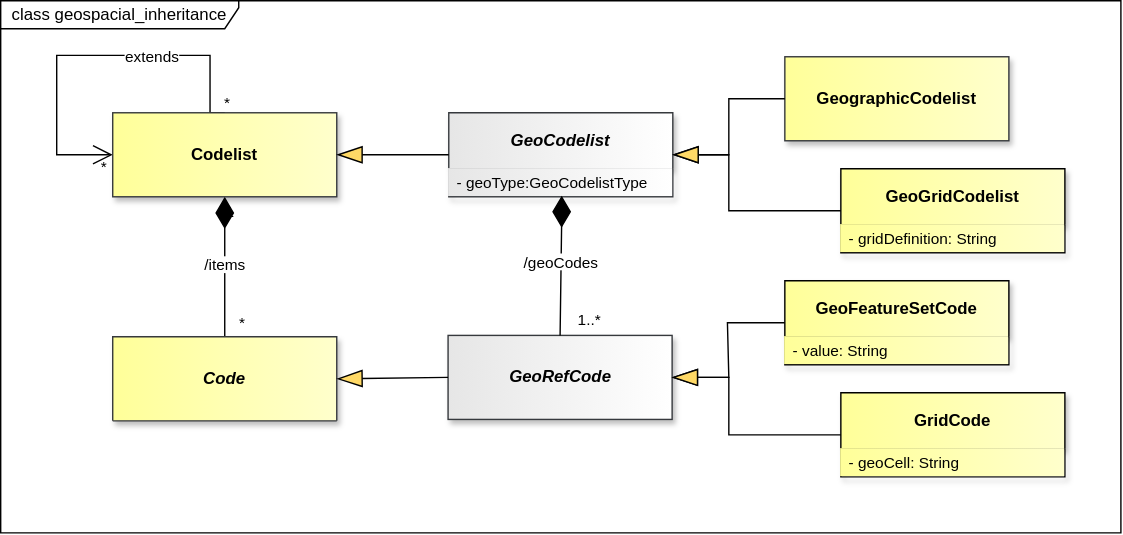
Above: docs/information_model/media/sdmx_geospatial-geospatial_inheritance.svg in sdmx-twg/sdmx-im (draw.io), before the change. Source tidied: cells renumbered, new cells last; positions are measured from the earlier drawing's top-left corner, leaving out a move shared by most shapes.
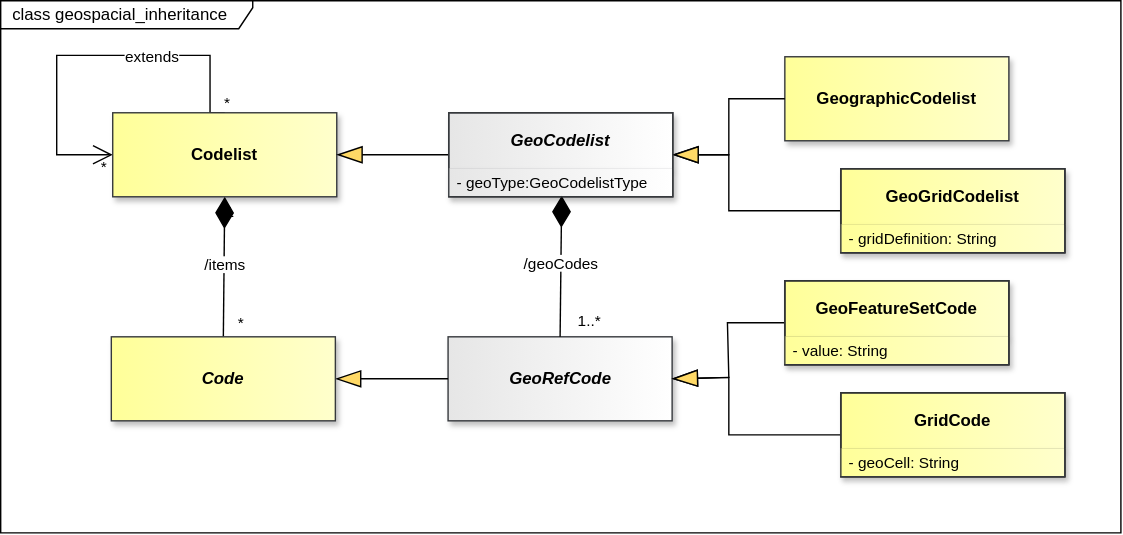
After the commit.

Diff of the diagram source:
```diff
@@ -17,11 +17,11 @@
     <mxCell id="6" style="endArrow=none;" parent="1" edge="1">
       <mxGeometry relative="1" as="geometry" />
     </mxCell>
-    <mxCell id="7" value="class geospacial_inheritance" style="shape=umlFrame;whiteSpace=wrap;html=1;fillColor=light-dark(#FFFFFF,#121212);swimlaneFillColor=light-dark(#FFFFFF,#121212);width=170;height=20;" parent="1" vertex="1">
+    <mxCell id="7" value="&amp;nbsp; class geospacial_inheritance" style="shape=umlFrame;whiteSpace=wrap;html=1;fillColor=light-dark(#FFFFFF,#121212);swimlaneFillColor=light-dark(#FFFFFF,#121212);width=180;height=20;align=left;" parent="1" vertex="1">
       <mxGeometry width="800" height="380" as="geometry" />
     </mxCell>
-    <mxCell id="8" value="&lt;font style=&quot;color: light-dark(rgb(0, 0, 0), rgb(255, 255, 255)); background-color: light-dark(rgb(255, 255, 255), rgb(0, 0, 0));&quot;&gt;/items&lt;/font&gt;" style="endArrow=none;html=1;endSize=12;startArrow=diamondThin;startSize=20;startFill=1;edgeStyle=orthogonalEdgeStyle;rounded=0;endFill=0;strokeColor=light-dark(#000000,#FFFFFF);fontColor=light-dark(#000000,#FFFFFF);labelBackgroundColor=none;exitX=0.5;exitY=1;exitDx=0;exitDy=0;entryX=0.5;entryY=0;entryDx=0;entryDy=0;" parent="1" edge="1" source="14" target="15">
-      <mxGeometry x="-0.01" relative="1" as="geometry" />
+    <mxCell id="8" value="&lt;font style=&quot;color: light-dark(rgb(0, 0, 0), rgb(255, 255, 255)); background-color: light-dark(rgb(255, 255, 255), rgb(0, 0, 0));&quot;&gt;/items&lt;/font&gt;" style="endArrow=none;html=1;endSize=12;startArrow=diamondThin;startSize=20;startFill=1;rounded=0;endFill=0;strokeColor=light-dark(#000000,#FFFFFF);fontColor=light-dark(#000000,#FFFFFF);labelBackgroundColor=none;exitX=0.5;exitY=1;exitDx=0;exitDy=0;entryX=0.5;entryY=0;entryDx=0;entryDy=0;" parent="1" edge="1" source="14" target="15">
+      <mxGeometry x="-0.03" relative="1" as="geometry" />
     </mxCell>
     <mxCell id="9" value="*" style="edgeLabel;html=1;align=right;verticalAlign=top;labelBackgroundColor=none;fontColor=light-dark(#000000,#FFFFFF);" parent="8" vertex="1">
       <mxGeometry x="1" relative="1" as="geometry">
@@ -54,24 +54,17 @@
     <mxCell id="14" value="&lt;span&gt;&lt;span&gt;Codelist&lt;/span&gt;&lt;/span&gt;" style="whiteSpace=wrap;html=1;verticalAlign=middle;gradientDirection=east;imageVerticalAlign=top;fontStyle=1;fillColor=light-dark(#FFFF99,#FFFF99);strokeColor=#36393d;fontColor=light-dark(#000000,#000000);gradientColor=light-dark(#FFFFCC,#FFFFCC);shadow=1;" parent="1" vertex="1">
       <mxGeometry x="80" y="80" width="160" height="60" as="geometry" />
     </mxCell>
-    <mxCell id="15" value="Code" style="swimlane;fontStyle=3;align=center;verticalAlign=middle;horizontal=1;startSize=61;whiteSpace=wrap;html=1;strokeColor=#36393d;fontFamily=Helvetica;fontSize=12;fillColor=light-dark(#FFFF99,#FFFF99);gradientDirection=east;gradientColor=light-dark(#FFFFCC,#FFFFCC);fontColor=light-dark(#000000,#000000);shadow=1;" parent="1" vertex="1">
-      <mxGeometry x="80" y="240" width="160" height="60" as="geometry" />
-    </mxCell>
     <mxCell id="16" value="GeoRefCode" style="whiteSpace=wrap;html=1;verticalAlign=middle;gradientDirection=east;imageVerticalAlign=top;fontStyle=3;fillColor=light-dark(#E6E6E6,#E6E6E6);strokeColor=#36393d;fontColor=light-dark(#000000,#000000);gradientColor=light-dark(#FFFFFF,#FFFFFF);shadow=1;" parent="1" vertex="1">
-      <mxGeometry x="319.5" y="239" width="160" height="60" as="geometry" />
+      <mxGeometry x="319.5" y="240" width="160" height="60" as="geometry" />
     </mxCell>
     <mxCell id="17" value="GeoCodelist" style="swimlane;fontStyle=3;align=center;verticalAlign=middle;horizontal=1;startSize=40;whiteSpace=wrap;html=1;strokeColor=#36393d;fontFamily=Helvetica;fontSize=12;fillColor=light-dark(#E6E6E6,#E6E6E6);gradientDirection=east;gradientColor=light-dark(#FFFFFF,#FFFFFF);fontColor=light-dark(#000000,#000000);shadow=1;" parent="1" vertex="1">
       <mxGeometry x="320" y="80" width="160" height="60" as="geometry" />
     </mxCell>
-    <mxCell id="18" value="-&amp;nbsp;geoType:GeoCodelistType" style="text;strokeColor=none;fillColor=light-dark(#E6E6E6,#E6E6E6);align=left;verticalAlign=middle;spacingLeft=4;spacingRight=4;overflow=hidden;points=[[0,0.5],[1,0.5]];portConstraint=eastwest;whiteSpace=wrap;html=1;fontFamily=Helvetica;fontSize=11;fontColor=light-dark(#000000,#000000);fontStyle=0;gradientColor=light-dark(#FFFFFF,#FFFFFF);gradientDirection=east;" parent="17" vertex="1">
+    <mxCell id="18" value="-&amp;nbsp;geoType:GeoCodelistType" style="text;strokeColor=none;fillColor=light-dark(#E6E6E6,#E6E6E6);align=left;verticalAlign=middle;spacingLeft=4;spacingRight=4;overflow=hidden;points=[[0,0.5],[1,0.5]];portConstraint=eastwest;whiteSpace=wrap;html=1;fontFamily=Helvetica;fontSize=11;fontColor=light-dark(#000000,#000000);fontStyle=0;gradientColor=light-dark(#FFFFFF,#FFFFFF);gradientDirection=east;shadow=1;" parent="17" vertex="1">
       <mxGeometry y="40" width="160" height="20" as="geometry" />
     </mxCell>
-    <mxCell id="19" value="&lt;font style=&quot;color: light-dark(rgb(0, 0, 0), rgb(255, 255, 255)); background-color: light-dark(rgb(255, 255, 255), rgb(0, 0, 0));&quot;&gt;/geoCodes&lt;/font&gt;" style="endArrow=none;html=1;endSize=12;startArrow=diamondThin;startSize=20;startFill=1;edgeStyle=orthogonalEdgeStyle;rounded=0;endFill=0;strokeColor=light-dark(#000000,#FFFFFF);fontColor=light-dark(#000000,#FFFFFF);labelBackgroundColor=none;entryX=0.5;entryY=0;entryDx=0;entryDy=0;exitX=0.504;exitY=0.96;exitDx=0;exitDy=0;exitPerimeter=0;" parent="1" edge="1" source="18" target="16">
-      <mxGeometry x="-0.02" relative="1" as="geometry">
-        <Array as="points">
-          <mxPoint x="401" y="159" />
-        </Array>
-      </mxGeometry>
+    <mxCell id="19" value="&lt;font style=&quot;color: light-dark(rgb(0, 0, 0), rgb(255, 255, 255)); background-color: light-dark(rgb(255, 255, 255), rgb(0, 0, 0));&quot;&gt;/geoCodes&lt;/font&gt;" style="endArrow=none;html=1;endSize=12;startArrow=diamondThin;startSize=20;startFill=1;rounded=0;endFill=0;strokeColor=light-dark(#000000,#FFFFFF);fontColor=light-dark(#000000,#FFFFFF);labelBackgroundColor=none;entryX=0.5;entryY=0;entryDx=0;entryDy=0;exitX=0.504;exitY=0.96;exitDx=0;exitDy=0;exitPerimeter=0;" parent="1" edge="1" source="18" target="16">
+      <mxGeometry x="-0.02" relative="1" as="geometry" />
     </mxCell>
     <mxCell id="20" value="1..*" style="edgeLabel;html=1;align=right;verticalAlign=top;labelBackgroundColor=none;fontColor=light-dark(#000000,#FFFFFF);" parent="19" vertex="1">
       <mxGeometry x="1" relative="1" as="geometry">
@@ -90,19 +83,19 @@
     <mxCell id="24" value="GeoGridCodelist" style="swimlane;fontStyle=1;align=center;verticalAlign=middle;horizontal=1;startSize=40;whiteSpace=wrap;html=1;fillColor=light-dark(#FFFF99,#FFFF99);strokeColor=light-dark(#000000,#000000);gradientDirection=east;swimlaneLine=1;fontColor=light-dark(#000000,#000000);labelBackgroundColor=none;textShadow=0;gradientColor=light-dark(#FFFFCC,#FFFFCC);shadow=1;" parent="1" vertex="1">
       <mxGeometry x="600" y="120" width="160" height="60" as="geometry" />
     </mxCell>
-    <mxCell id="25" value="- gridDefinition: String" style="text;strokeColor=none;fillColor=light-dark(#FFFF99,#FFFF99);align=left;verticalAlign=middle;spacingLeft=4;spacingRight=4;overflow=hidden;whiteSpace=wrap;html=1;fontFamily=Helvetica;fontSize=11;fontColor=light-dark(#000000,#000000);gradientColor=light-dark(#FFFFCC,#FFFFCC);gradientDirection=east;" parent="24" vertex="1">
+    <mxCell id="25" value="- gridDefinition: String" style="text;strokeColor=none;fillColor=light-dark(#FFFF99,#FFFF99);align=left;verticalAlign=middle;spacingLeft=4;spacingRight=4;overflow=hidden;whiteSpace=wrap;html=1;fontFamily=Helvetica;fontSize=11;fontColor=light-dark(#000000,#000000);gradientColor=light-dark(#FFFFCC,#FFFFCC);gradientDirection=east;shadow=1;" parent="24" vertex="1">
       <mxGeometry y="40" width="160" height="20" as="geometry" />
     </mxCell>
     <mxCell id="26" value="GeoFeatureSetCode" style="swimlane;fontStyle=1;align=center;verticalAlign=middle;horizontal=1;startSize=40;whiteSpace=wrap;html=1;fillColor=light-dark(#FFFF99,#FFFF99);strokeColor=light-dark(#000000,#000000);gradientDirection=east;swimlaneLine=1;fontColor=light-dark(#000000,#000000);labelBackgroundColor=none;textShadow=0;gradientColor=light-dark(#FFFFCC,#FFFFCC);shadow=1;" parent="1" vertex="1">
       <mxGeometry x="560" y="200" width="160" height="60" as="geometry" />
     </mxCell>
-    <mxCell id="27" value="- value: String" style="text;strokeColor=none;fillColor=light-dark(#FFFF99,#FFFF99);align=left;verticalAlign=middle;spacingLeft=4;spacingRight=4;overflow=hidden;whiteSpace=wrap;html=1;fontFamily=Helvetica;fontSize=11;fontColor=light-dark(#000000,#000000);gradientColor=light-dark(#FFFFCC,#FFFFCC);gradientDirection=east;" parent="26" vertex="1">
+    <mxCell id="27" value="- value: String" style="text;strokeColor=none;fillColor=light-dark(#FFFF99,#FFFF99);align=left;verticalAlign=middle;spacingLeft=4;spacingRight=4;overflow=hidden;whiteSpace=wrap;html=1;fontFamily=Helvetica;fontSize=11;fontColor=light-dark(#000000,#000000);gradientColor=light-dark(#FFFFCC,#FFFFCC);gradientDirection=east;shadow=1;" parent="26" vertex="1">
       <mxGeometry y="40" width="160" height="20" as="geometry" />
     </mxCell>
     <mxCell id="28" value="GridCode" style="swimlane;fontStyle=1;align=center;verticalAlign=middle;horizontal=1;startSize=40;whiteSpace=wrap;html=1;fillColor=light-dark(#FFFF99,#FFFF99);strokeColor=light-dark(#000000,#000000);gradientDirection=east;swimlaneLine=1;fontColor=light-dark(#000000,#000000);labelBackgroundColor=none;textShadow=0;gradientColor=light-dark(#FFFFCC,#FFFFCC);shadow=1;" parent="1" vertex="1">
       <mxGeometry x="600" y="280" width="160" height="60" as="geometry" />
     </mxCell>
-    <mxCell id="29" value="- geoCell: String" style="text;strokeColor=none;fillColor=light-dark(#FFFF99,#FFFF99);align=left;verticalAlign=middle;spacingLeft=4;spacingRight=4;overflow=hidden;whiteSpace=wrap;html=1;fontFamily=Helvetica;fontSize=11;fontColor=light-dark(#000000,#000000);gradientColor=light-dark(#FFFFCC,#FFFFCC);gradientDirection=east;" parent="28" vertex="1">
+    <mxCell id="29" value="- geoCell: String" style="text;strokeColor=none;fillColor=light-dark(#FFFF99,#FFFF99);align=left;verticalAlign=middle;spacingLeft=4;spacingRight=4;overflow=hidden;whiteSpace=wrap;html=1;fontFamily=Helvetica;fontSize=11;fontColor=light-dark(#000000,#000000);gradientColor=light-dark(#FFFFCC,#FFFFCC);gradientDirection=east;shadow=1;" parent="28" vertex="1">
       <mxGeometry y="40" width="160" height="20" as="geometry" />
     </mxCell>
     <mxCell id="30" style="endArrow=blockThin;endSize=16;endFill=1;html=1;rounded=0;exitX=0;exitY=0.5;exitDx=0;exitDy=0;startFill=0;endFillColor=light-dark(#FFD966,#FFD966);strokeColor=light-dark(#000000,#FFFFFF);startFillColor=light-dark(#000000,#FFFFFF);labelBackgroundColor=none;labelBorderColor=light-dark(#000000,#FFFFFF);entryX=1;entryY=0.5;entryDx=0;entryDy=0;" parent="1" edge="1" source="23" target="17">
@@ -137,5 +130,20 @@
         </Array>
       </mxGeometry>
     </mxCell>
+    <mxCell id="15" value="&lt;span style=&quot;font-style: italic;&quot;&gt;Code&lt;/span&gt;" style="whiteSpace=wrap;html=1;verticalAlign=middle;gradientDirection=east;imageVerticalAlign=top;fontStyle=1;fillColor=light-dark(#FFFF99,#FFFF99);strokeColor=#36393d;fontColor=light-dark(#000000,#000000);gradientColor=light-dark(#FFFFCC,#FFFFCC);shadow=1;" parent="1" vertex="1">
+      <mxGeometry x="79" y="240" width="160" height="60" as="geometry" />
+    </mxCell>
+    <mxCell id="34" style="rounded=0;whiteSpace=wrap;html=1;fillColor=none;strokeColor=#36393D;" parent="1" vertex="1">
+      <mxGeometry x="320" y="80" width="160" height="60" as="geometry" />
+    </mxCell>
+    <mxCell id="35" style="rounded=0;whiteSpace=wrap;html=1;fillColor=none;strokeColor=#36393D;" parent="1" vertex="1">
+      <mxGeometry x="600" y="120" width="160" height="60" as="geometry" />
+    </mxCell>
+    <mxCell id="36" style="rounded=0;whiteSpace=wrap;html=1;fillColor=none;strokeColor=#36393D;" parent="1" vertex="1">
+      <mxGeometry x="560" y="200" width="160" height="60" as="geometry" />
+    </mxCell>
+    <mxCell id="37" style="rounded=0;whiteSpace=wrap;html=1;fillColor=none;strokeColor=#36393D;" parent="1" vertex="1">
+      <mxGeometry x="600" y="280" width="160" height="60" as="geometry" />
+    </mxCell>
   </root>
 </mxGraphModel>
```
